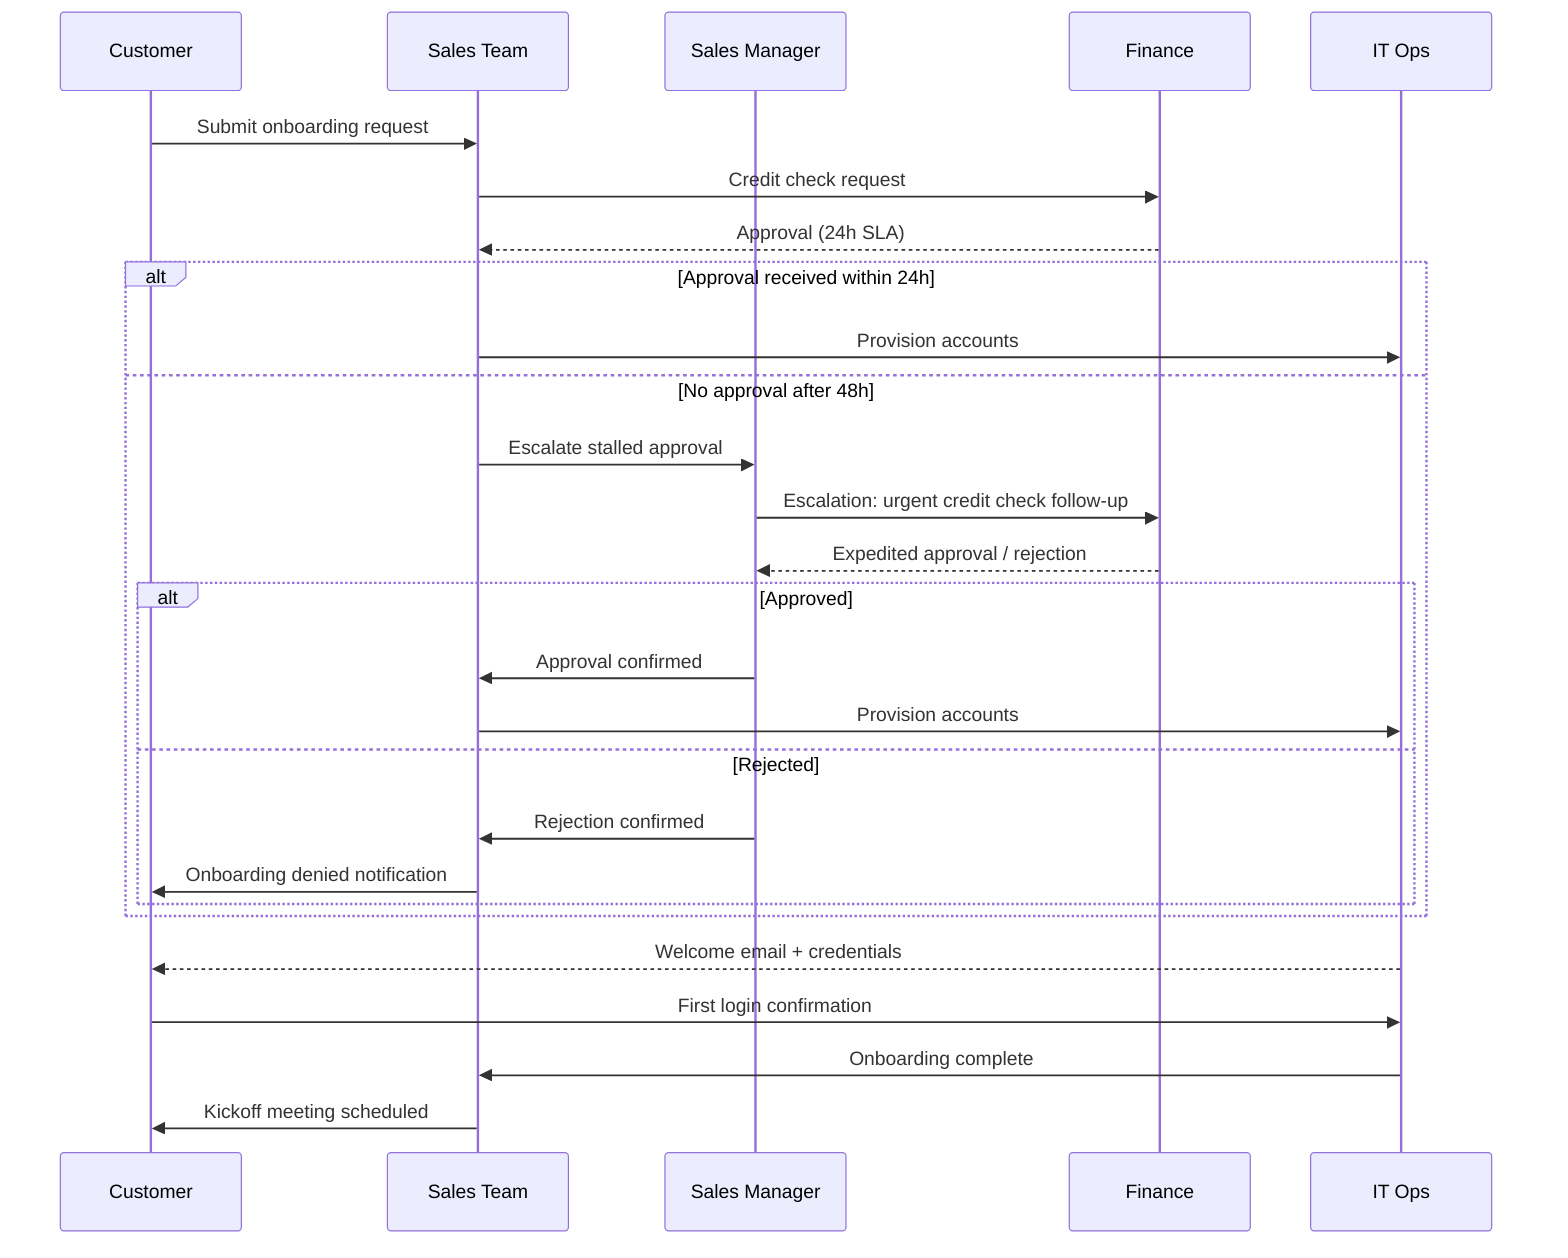
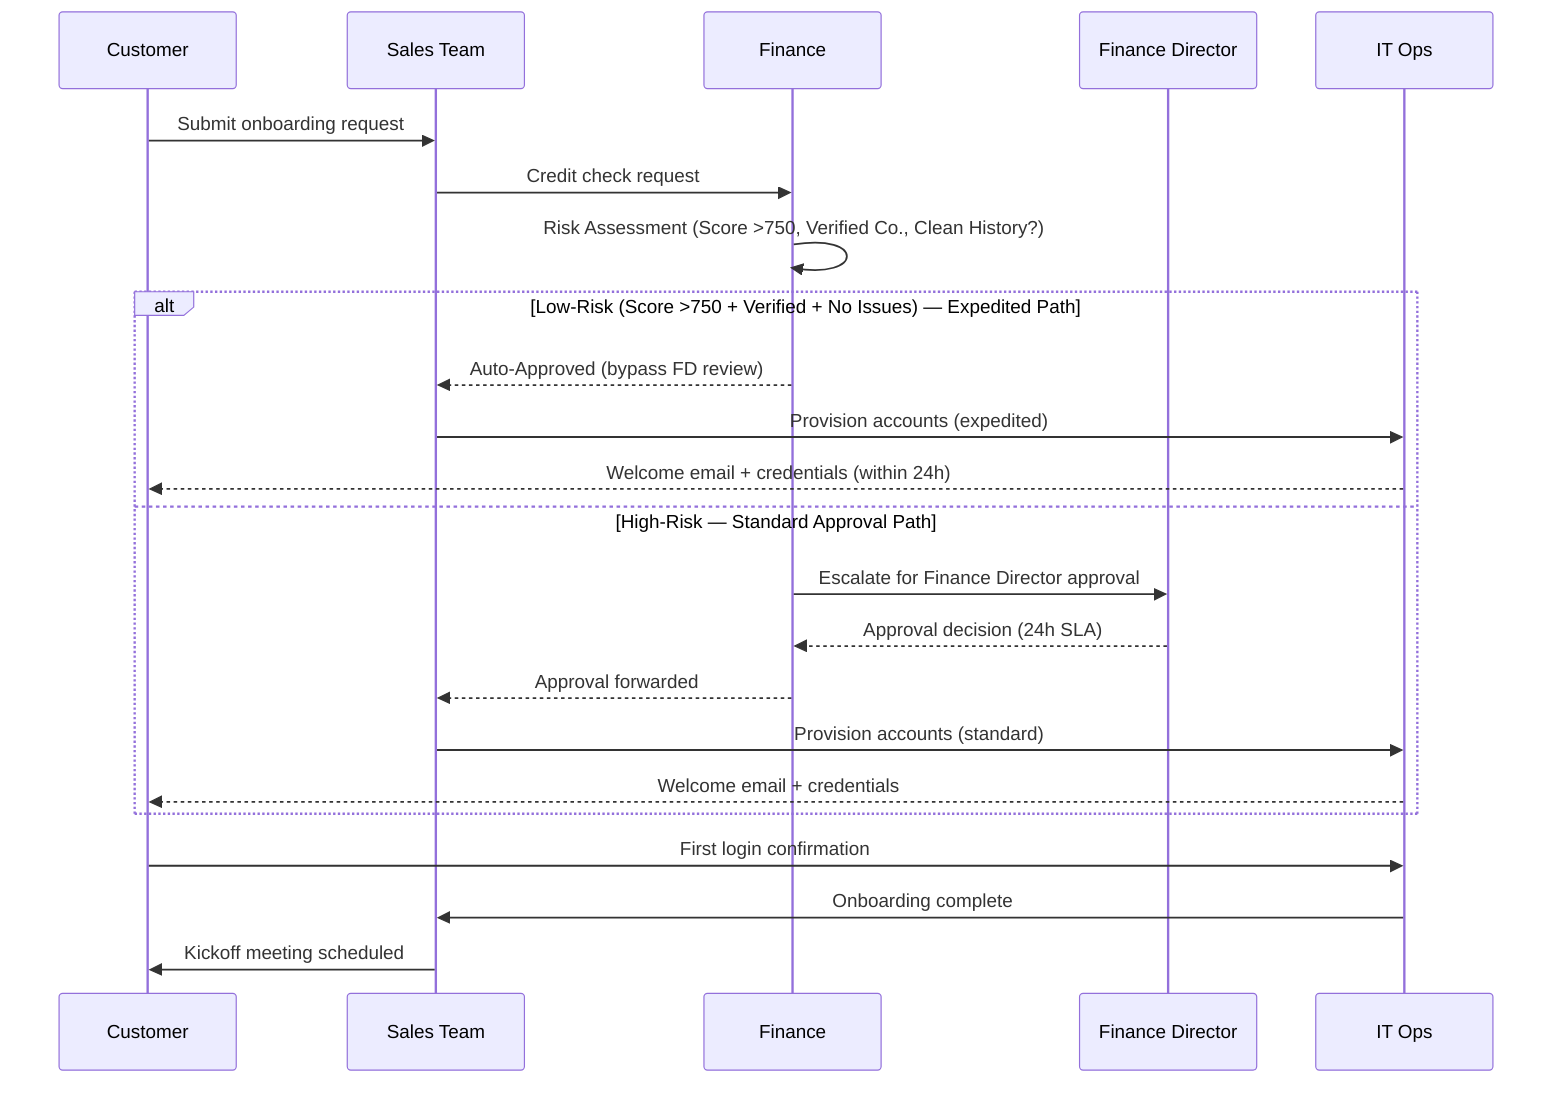
sequenceDiagram
    participant C as Customer
    participant S as Sales Team
-     participant M as Sales Manager
    participant F as Finance
+     participant FD as Finance Director
    participant IT as IT Ops

    C->>S: Submit onboarding request
    S->>F: Credit check request
-     F-->>S: Approval (24h SLA)

-     %% ⚡ CHANGED SECTION
-     alt Approval received within 24h
-         S->>IT: Provision accounts
-     else No approval after 48h
-         S->>M: Escalate stalled approval
-         M->>F: Escalation: urgent credit check follow-up
-         F-->>M: Expedited approval / rejection
-         alt Approved
-             M->>S: Approval confirmed
-             S->>IT: Provision accounts
-         else Rejected
-             M->>S: Rejection confirmed
-             S->>C: Onboarding denied notification
-         end
+     %% ⚡ CHANGED SECTION - Risk assessment and expedited path
+     F->>F: Risk Assessment (Score >750, Verified Co., Clean History?)
+ 
+     alt Low-Risk (Score >750 + Verified + No Issues) — Expedited Path
+         F-->>S: Auto-Approved (bypass FD review)
+         S->>IT: Provision accounts (expedited)
+         IT-->>C: Welcome email + credentials (within 24h)
+     else High-Risk — Standard Approval Path
+         F->>FD: Escalate for Finance Director approval
+         FD-->>F: Approval decision (24h SLA)
+         F-->>S: Approval forwarded
+         S->>IT: Provision accounts (standard)
+         IT-->>C: Welcome email + credentials
    end
-     %% END CHANGED SECTION
+     %% ⚡ END CHANGED SECTION

-     IT-->>C: Welcome email + credentials
    C->>IT: First login confirmation
    IT->>S: Onboarding complete
-     S->>C: Kickoff meeting scheduled+     S->>C: Kickoff meeting scheduled
+ 
+ %% EXPLANATION:
+ %% Added a Finance Director (FD) participant and a risk assessment step after the credit check. An alt/else block now splits the flow: low-risk customers (credit score >750, verified company status, clean payment history) are auto-approved and proceed directly to expedited account provisioning, while high-risk customers are escalated to the Finance Director for manual approval before provisioning continues through the standard path.